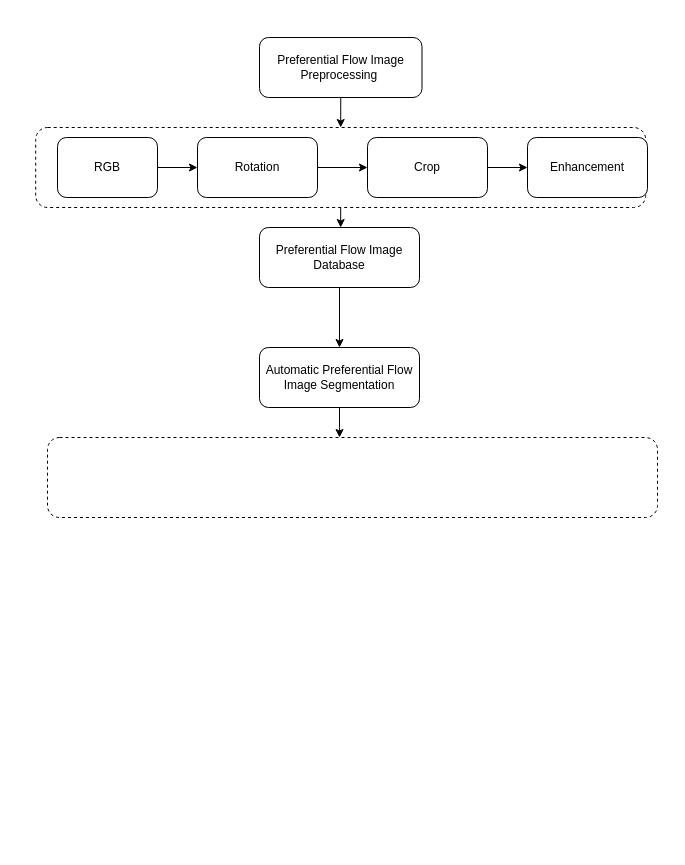
This is 未命名绘图.drawio from lhy-nw1217/Draw, a draw.io file, before an edit. Source tidied: cells renumbered, new cells numbered last; positions are measured from the earlier drawing's top-left corner, leaving out a move shared by most shapes. Both pictures are drawn from the tidied source at 100%, with x=0, y=0 at pixel (35, 37).
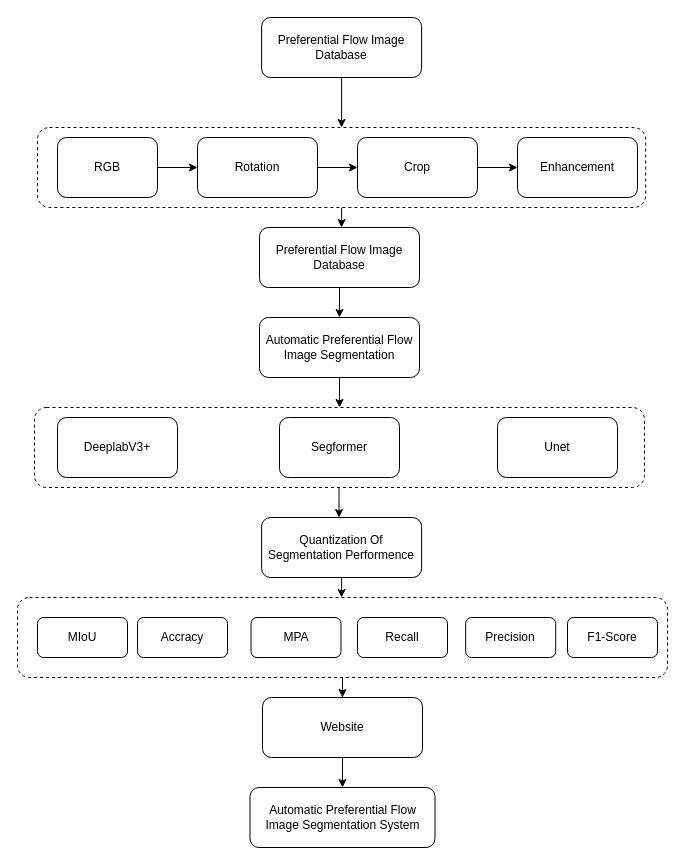
After the change.

Commit message (it also covers changes not shown here):
更新未命名绘图.drawio

Diff of the diagram source:
```diff
@@
-    <mxCell id="2" value="Preferential Flow Image Preprocessing&amp;nbsp;" style="rounded=1;whiteSpace=wrap;html=1;fontSize=12;glass=0;strokeWidth=1;shadow=0;" parent="1" vertex="1">
-      <mxGeometry x="224" width="162.5" height="60" as="geometry" />
-    </mxCell>
@@
     <mxCell id="4" style="rounded=1;whiteSpace=wrap;html=1;dashed=1;" parent="1" vertex="1">
-      <mxGeometry x="0.2" y="90" width="610" height="80" as="geometry" />
+      <mxGeometry x="2" y="90" width="608.2" height="80" as="geometry" />
     </mxCell>
@@
     <mxCell id="10" value="Crop" style="rounded=1;whiteSpace=wrap;html=1;" parent="1" vertex="1">
-      <mxGeometry x="332" y="100" width="120" height="60" as="geometry" />
+      <mxGeometry x="322" y="100" width="120" height="60" as="geometry" />
     </mxCell>
     <mxCell id="11" value="Enhancement" style="rounded=1;whiteSpace=wrap;html=1;" parent="1" vertex="1">
-      <mxGeometry x="492" y="100" width="120" height="60" as="geometry" />
+      <mxGeometry x="482" y="100" width="120" height="60" as="geometry" />
     </mxCell>
@@
     <mxCell id="14" style="edgeStyle=orthogonalEdgeStyle;rounded=0;jettySize=auto;html=1;" parent="1" edge="1" source="15">
       <mxGeometry relative="1" as="geometry">
-        <mxPoint x="304" y="400" as="targetPoint" />
+        <mxPoint x="304" y="370" as="targetPoint" />
       </mxGeometry>
     </mxCell>
     <mxCell id="15" value="Automatic Preferential Flow Image Segmentation" style="rounded=1;whiteSpace=wrap;html=1;" parent="1" vertex="1">
-      <mxGeometry x="224" y="310" width="160" height="60" as="geometry" />
+      <mxGeometry x="224" y="280" width="160" height="60" as="geometry" />
     </mxCell>
     <mxCell id="16" style="rounded=1;whiteSpace=wrap;html=1;dashed=1;" parent="1" vertex="1">
-      <mxGeometry x="12" y="400" width="610" height="80" as="geometry" />
+      <mxGeometry x="-1" y="370" width="610" height="80" as="geometry" />
     </mxCell>
-    <mxCell id="17" style="endArrow=classic;html=1;rounded=0;exitX=0.5;exitY=1;exitDx=0;exitDy=0;entryX=0.5;entryY=0;entryDx=0;entryDy=0;" parent="1" edge="1" source="2" target="4">
-      <mxGeometry relative="1" as="geometry" />
-    </mxCell>
+    <mxCell id="18" value="DeeplabV3+" style="rounded=1;whiteSpace=wrap;html=1;" parent="1" vertex="1">
+      <mxGeometry x="22" y="380" width="120" height="60" as="geometry" />
+    </mxCell>
+    <mxCell id="19" value="Segformer" style="rounded=1;whiteSpace=wrap;html=1;" parent="1" vertex="1">
+      <mxGeometry x="244" y="380" width="120" height="60" as="geometry" />
+    </mxCell>
+    <mxCell id="20" value="Unet" style="rounded=1;whiteSpace=wrap;html=1;" parent="1" vertex="1">
+      <mxGeometry x="462" y="380" width="120" height="60" as="geometry" />
+    </mxCell>
+    <mxCell id="21" style="edgeStyle=orthogonalEdgeStyle;rounded=0;jettySize=auto;html=1;" parent="1" edge="1" source="22" target="36">
+      <mxGeometry relative="1" as="geometry" />
+    </mxCell>
+    <mxCell id="22" style="rounded=1;whiteSpace=wrap;html=1;dashed=1;" parent="1" vertex="1">
+      <mxGeometry x="-18" y="560" width="650" height="80" as="geometry" />
+    </mxCell>
+    <mxCell id="23" style="edgeStyle=orthogonalEdgeStyle;rounded=0;orthogonalLoop=1;jettySize=auto;html=1;" parent="1" edge="1">
+      <mxGeometry relative="1" as="geometry">
+        <mxPoint x="303.5" y="450" as="sourcePoint" />
+        <mxPoint x="303.5" y="480" as="targetPoint" />
+        <Array as="points">
+          <mxPoint x="303.5" y="460" />
+          <mxPoint x="303.5" y="460" />
+        </Array>
+      </mxGeometry>
+    </mxCell>
+    <mxCell id="24" value="Preferential Flow Image Database" style="rounded=1;whiteSpace=wrap;html=1;" parent="1" vertex="1">
+      <mxGeometry x="226.1" y="-20" width="160" height="60" as="geometry" />
+    </mxCell>
+    <mxCell id="25" style="endArrow=classic;html=1;rounded=0;exitX=0.5;exitY=1;exitDx=0;exitDy=0;entryX=0.5;entryY=0;entryDx=0;entryDy=0;" parent="1" edge="1" source="24" target="4">
+      <mxGeometry relative="1" as="geometry" />
+    </mxCell>
+    <mxCell id="26" style="edgeStyle=orthogonalEdgeStyle;rounded=0;jettySize=auto;html=1;" parent="1" edge="1" source="27" target="22">
+      <mxGeometry relative="1" as="geometry" />
+    </mxCell>
+    <mxCell id="27" value="Quantization Of Segmentation Performence" style="rounded=1;whiteSpace=wrap;html=1;" parent="1" vertex="1">
+      <mxGeometry x="226.1" y="480" width="160" height="60" as="geometry" />
+    </mxCell>
+    <mxCell id="28" value="MIoU" style="rounded=1;whiteSpace=wrap;html=1;" parent="1" vertex="1">
+      <mxGeometry x="2" y="580" width="90" height="40" as="geometry" />
+    </mxCell>
+    <mxCell id="29" value="Accracy" style="rounded=1;whiteSpace=wrap;html=1;" parent="1" vertex="1">
+      <mxGeometry x="102" y="580" width="90" height="40" as="geometry" />
+    </mxCell>
+    <mxCell id="30" value="MPA" style="rounded=1;whiteSpace=wrap;html=1;" parent="1" vertex="1">
+      <mxGeometry x="215.5" y="580" width="90" height="40" as="geometry" />
+    </mxCell>
+    <mxCell id="31" value="Recall" style="rounded=1;whiteSpace=wrap;html=1;" parent="1" vertex="1">
+      <mxGeometry x="322" y="580" width="90" height="40" as="geometry" />
+    </mxCell>
+    <mxCell id="32" value="Precision" style="rounded=1;whiteSpace=wrap;html=1;" parent="1" vertex="1">
+      <mxGeometry x="430.2" y="580" width="90" height="40" as="geometry" />
+    </mxCell>
+    <mxCell id="33" value="F1-Score" style="rounded=1;whiteSpace=wrap;html=1;" parent="1" vertex="1">
+      <mxGeometry x="532" y="580" width="90" height="40" as="geometry" />
+    </mxCell>
+    <mxCell id="34" style="edgeStyle=orthogonalEdgeStyle;rounded=0;orthogonalLoop=1;jettySize=auto;html=1;exitX=0.5;exitY=1;exitDx=0;exitDy=0;" parent="1" edge="1" source="33" target="33">
+      <mxGeometry relative="1" as="geometry" />
+    </mxCell>
+    <mxCell id="35" style="edgeStyle=orthogonalEdgeStyle;rounded=0;jettySize=auto;html=1;" parent="1" edge="1" source="36" target="37">
+      <mxGeometry relative="1" as="geometry" />
+    </mxCell>
+    <mxCell id="36" value="Website" style="rounded=1;whiteSpace=wrap;html=1;" parent="1" vertex="1">
+      <mxGeometry x="227" y="660" width="160" height="60" as="geometry" />
+    </mxCell>
+    <mxCell id="37" value="Automatic Preferential Flow Image Segmentation System" style="rounded=1;whiteSpace=wrap;html=1;" parent="1" vertex="1">
+      <mxGeometry x="214.5" y="750" width="185" height="60" as="geometry" />
+    </mxCell>
```
